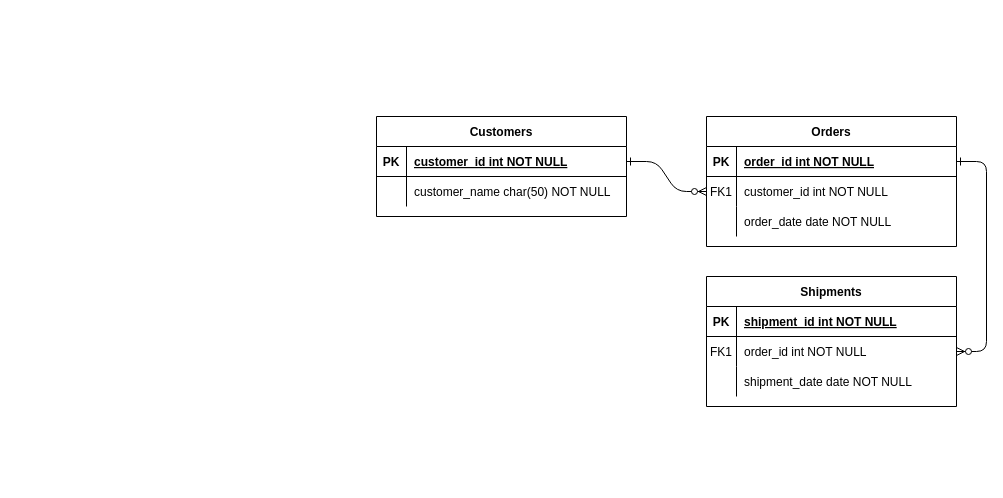
This is 제목 없는 다이어그램.drawio from defkimbyeongju/backups, a draw.io file, before an edit. Source tidied: cells renumbered, new cells numbered last; positions are measured from the earlier drawing's top-left corner, leaving out a move shared by most shapes. Both pictures are drawn from the tidied source at 100%, with x=0, y=0 at pixel (376, 116).
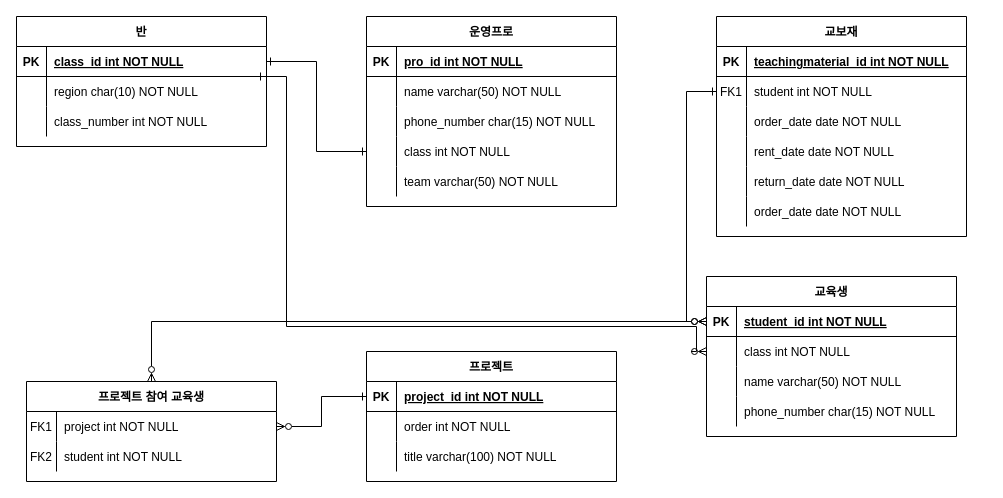
The same diagram, later.

Commit message:
제목 없는 다이어그램.drawio 업데이트

The change refers to these unchanged cells:
```xml
<mxCell id="5" style="shape=partialRectangle;fillColor=none;points=[[0,0.5],[1,0.5]];portConstraint=eastwest;top=0;left=0;right=0;bottom=1;" parent="4" vertex="1">
  <mxGeometry y="30" width="250" height="30" as="geometry" />
</mxCell>
<mxCell id="8" style="shape=partialRectangle;fillColor=none;points=[[0,0.5],[1,0.5]];portConstraint=eastwest;top=0;left=0;right=0;bottom=0;" parent="4" vertex="1">
  <mxGeometry y="60" width="250" height="30" as="geometry" />
</mxCell>
<mxCell id="15" style="shape=partialRectangle;fillColor=none;points=[[0,0.5],[1,0.5]];portConstraint=eastwest;top=0;left=0;right=0;bottom=1;" parent="14" vertex="1">
  <mxGeometry y="30" width="250" height="30" as="geometry" />
</mxCell>
<mxCell id="25" style="shape=partialRectangle;fillColor=none;points=[[0,0.5],[1,0.5]];portConstraint=eastwest;top=0;left=0;right=0;bottom=1;" parent="24" vertex="1">
  <mxGeometry y="30" width="250" height="30" as="geometry" />
</mxCell>
<mxCell id="28" style="shape=partialRectangle;fillColor=none;top=0;left=0;right=0;bottom=0;" parent="24" vertex="1">
  <mxGeometry y="60" width="250" height="30" as="geometry" />
</mxCell>
```

What changed in the source:
```diff
@@
-    <mxCell id="2" style="edgeStyle=entityRelationEdgeStyle;endArrow=ERzeroToMany;startArrow=ERone;endFill=1;startFill=0;" parent="1" edge="1" source="25" target="8">
-      <mxGeometry relative="1" as="geometry" />
-    </mxCell>
-    <mxCell id="3" style="edgeStyle=entityRelationEdgeStyle;endArrow=ERzeroToMany;startArrow=ERone;endFill=1;startFill=0;" parent="1" edge="1" source="5" target="18">
-      <mxGeometry relative="1" as="geometry" />
-    </mxCell>
-    <mxCell id="4" value="Orders" style="shape=table;startSize=30;childLayout=tableLayout;rowLines=0;fontStyle=1;align=center;" parent="1" vertex="1">
-      <mxGeometry x="330" width="250" height="130" as="geometry" />
+    <mxCell id="4" value="교보재" style="shape=table;startSize=30;childLayout=tableLayout;rowLines=0;fontStyle=1;align=center;" parent="1" vertex="1">
+      <mxGeometry x="340" y="-100" width="250" height="220" as="geometry" />
     </mxCell>
@@
-    <mxCell id="7" value="order_id int NOT NULL " style="shape=partialRectangle;overflow=hidden;fillColor=none;top=0;left=0;bottom=0;right=0;align=left;spacingLeft=6;fontStyle=5;" parent="5" vertex="1">
+    <mxCell id="7" value="teachingmaterial_id int NOT NULL " style="shape=partialRectangle;overflow=hidden;fillColor=none;top=0;left=0;bottom=0;right=0;align=left;spacingLeft=6;fontStyle=5;" parent="5" vertex="1">
       <mxGeometry x="30" width="220" height="30" as="geometry" />
     </mxCell>
@@
-    <mxCell id="10" value="customer_id int NOT NULL" style="shape=partialRectangle;overflow=hidden;fillColor=none;top=0;left=0;bottom=0;right=0;align=left;spacingLeft=6;" parent="8" vertex="1">
+    <mxCell id="10" value="student int NOT NULL" style="shape=partialRectangle;overflow=hidden;fillColor=none;top=0;left=0;bottom=0;right=0;align=left;spacingLeft=6;" parent="8" vertex="1">
       <mxGeometry x="30" width="220" height="30" as="geometry" />
     </mxCell>
@@
+    <mxCell id="31" style="shape=partialRectangle;fillColor=none;top=0;left=0;right=0;bottom=0;" parent="4" vertex="1">
+      <mxGeometry y="120" width="250" height="30" as="geometry" />
+    </mxCell>
+    <mxCell id="32" style="shape=partialRectangle;overflow=hidden;fillColor=none;top=0;left=0;bottom=0;right=0;" parent="31" vertex="1">
+      <mxGeometry width="30" height="30" as="geometry" />
+    </mxCell>
+    <mxCell id="33" value="rent_date date NOT NULL" style="shape=partialRectangle;overflow=hidden;fillColor=none;top=0;left=0;bottom=0;right=0;align=left;spacingLeft=6;" parent="31" vertex="1">
+      <mxGeometry x="30" width="220" height="30" as="geometry" />
+    </mxCell>
+    <mxCell id="34" style="shape=partialRectangle;fillColor=none;top=0;left=0;right=0;bottom=0;" parent="4" vertex="1">
+      <mxGeometry y="150" width="250" height="30" as="geometry" />
+    </mxCell>
+    <mxCell id="35" style="shape=partialRectangle;overflow=hidden;fillColor=none;top=0;left=0;bottom=0;right=0;" parent="34" vertex="1">
+      <mxGeometry width="30" height="30" as="geometry" />
+    </mxCell>
+    <mxCell id="36" value="return_date date NOT NULL" style="shape=partialRectangle;overflow=hidden;fillColor=none;top=0;left=0;bottom=0;right=0;align=left;spacingLeft=6;" parent="34" vertex="1">
+      <mxGeometry x="30" width="220" height="30" as="geometry" />
+    </mxCell>
+    <mxCell id="37" style="shape=partialRectangle;fillColor=none;top=0;left=0;right=0;bottom=0;" parent="4" vertex="1">
+      <mxGeometry y="180" width="250" height="30" as="geometry" />
+    </mxCell>
+    <mxCell id="38" style="shape=partialRectangle;overflow=hidden;fillColor=none;top=0;left=0;bottom=0;right=0;" parent="37" vertex="1">
+      <mxGeometry width="30" height="30" as="geometry" />
+    </mxCell>
+    <mxCell id="39" value="order_date date NOT NULL" style="shape=partialRectangle;overflow=hidden;fillColor=none;top=0;left=0;bottom=0;right=0;align=left;spacingLeft=6;" parent="37" vertex="1">
+      <mxGeometry x="30" width="220" height="30" as="geometry" />
+    </mxCell>
-    <mxCell id="14" value="Shipments" style="shape=table;startSize=30;childLayout=tableLayout;rowLines=0;fontStyle=1;align=center;" parent="1" vertex="1">
-      <mxGeometry x="330" y="160" width="250" height="130" as="geometry" />
+    <mxCell id="14" value="교육생" style="shape=table;startSize=30;childLayout=tableLayout;rowLines=0;fontStyle=1;align=center;" parent="1" vertex="1">
+      <mxGeometry x="330" y="160" width="250" height="160" as="geometry" />
     </mxCell>
@@
-    <mxCell id="17" value="shipment_id int NOT NULL " style="shape=partialRectangle;overflow=hidden;fillColor=none;top=0;left=0;bottom=0;right=0;align=left;spacingLeft=6;fontStyle=5;" parent="15" vertex="1">
+    <mxCell id="17" value="student_id int NOT NULL " style="shape=partialRectangle;overflow=hidden;fillColor=none;top=0;left=0;bottom=0;right=0;align=left;spacingLeft=6;fontStyle=5;" parent="15" vertex="1">
       <mxGeometry x="30" width="220" height="30" as="geometry" />
     </mxCell>
-    <mxCell id="18" style="shape=partialRectangle;fillColor=none;points=[[0,0.5],[1,0.5]];portConstraint=eastwest;top=0;left=0;right=0;bottom=0;" parent="14" vertex="1">
-      <mxGeometry y="60" width="250" height="30" as="geometry" />
-    </mxCell>
-    <mxCell id="19" value="FK1" style="shape=partialRectangle;overflow=hidden;fillColor=none;top=0;left=0;bottom=0;right=0;" parent="18" vertex="1">
-      <mxGeometry width="30" height="30" as="geometry" />
-    </mxCell>
-    <mxCell id="20" value="order_id int NOT NULL" style="shape=partialRectangle;overflow=hidden;fillColor=none;top=0;left=0;bottom=0;right=0;align=left;spacingLeft=6;" parent="18" vertex="1">
-      <mxGeometry x="30" width="220" height="30" as="geometry" />
-    </mxCell>
     <mxCell id="21" style="shape=partialRectangle;fillColor=none;points=[[0,0.5],[1,0.5]];portConstraint=eastwest;top=0;left=0;right=0;bottom=0;" parent="14" vertex="1">
-      <mxGeometry y="90" width="250" height="30" as="geometry" />
+      <mxGeometry y="60" width="250" height="30" as="geometry" />
     </mxCell>
@@
-    <mxCell id="23" value="shipment_date date NOT NULL" style="shape=partialRectangle;overflow=hidden;fillColor=none;top=0;left=0;bottom=0;right=0;align=left;spacingLeft=6;" parent="21" vertex="1">
+    <mxCell id="23" value="class int NOT NULL" style="shape=partialRectangle;overflow=hidden;fillColor=none;top=0;left=0;bottom=0;right=0;align=left;spacingLeft=6;" parent="21" vertex="1">
       <mxGeometry x="30" width="220" height="30" as="geometry" />
     </mxCell>
+    <mxCell id="40" style="shape=partialRectangle;fillColor=none;top=0;left=0;right=0;bottom=0;" parent="14" vertex="1">
+      <mxGeometry y="90" width="250" height="30" as="geometry" />
+    </mxCell>
+    <mxCell id="41" style="shape=partialRectangle;overflow=hidden;fillColor=none;top=0;left=0;bottom=0;right=0;" parent="40" vertex="1">
+      <mxGeometry width="30" height="30" as="geometry" />
+    </mxCell>
+    <mxCell id="42" value="name varchar(50) NOT NULL" style="shape=partialRectangle;overflow=hidden;fillColor=none;top=0;left=0;bottom=0;right=0;align=left;spacingLeft=6;" parent="40" vertex="1">
+      <mxGeometry x="30" width="220" height="30" as="geometry" />
+    </mxCell>
+    <mxCell id="43" style="shape=partialRectangle;fillColor=none;top=0;left=0;right=0;bottom=0;" parent="14" vertex="1">
+      <mxGeometry y="120" width="250" height="30" as="geometry" />
+    </mxCell>
+    <mxCell id="44" style="shape=partialRectangle;overflow=hidden;fillColor=none;top=0;left=0;bottom=0;right=0;" parent="43" vertex="1">
+      <mxGeometry width="30" height="30" as="geometry" />
+    </mxCell>
+    <mxCell id="45" value="phone_number char(15) NOT NULL" style="shape=partialRectangle;overflow=hidden;fillColor=none;top=0;left=0;bottom=0;right=0;align=left;spacingLeft=6;" parent="43" vertex="1">
+      <mxGeometry x="30" width="220" height="30" as="geometry" />
+    </mxCell>
-    <mxCell id="24" value="Customers" style="shape=table;startSize=30;childLayout=tableLayout;rowLines=0;fontStyle=1;align=center;" parent="1" vertex="1">
-      <mxGeometry width="250" height="100" as="geometry" />
+    <mxCell id="24" value="운영프로" style="shape=table;startSize=30;childLayout=tableLayout;rowLines=0;fontStyle=1;align=center;" parent="1" vertex="1">
+      <mxGeometry x="-10" y="-100" width="250" height="190" as="geometry" />
     </mxCell>
@@
-    <mxCell id="27" value="customer_id int NOT NULL " style="shape=partialRectangle;overflow=hidden;fillColor=none;top=0;left=0;bottom=0;right=0;align=left;spacingLeft=6;fontStyle=5;" parent="25" vertex="1">
+    <mxCell id="27" value="pro_id int NOT NULL " style="shape=partialRectangle;overflow=hidden;fillColor=none;top=0;left=0;bottom=0;right=0;align=left;spacingLeft=6;fontStyle=5;" parent="25" vertex="1">
       <mxGeometry x="30" width="220" height="30" as="geometry" />
     </mxCell>
@@
-    <mxCell id="30" value="customer_name char(50) NOT NULL" style="shape=partialRectangle;overflow=hidden;fillColor=none;top=0;left=0;bottom=0;right=0;align=left;spacingLeft=6;" parent="28" vertex="1">
+    <mxCell id="30" value="name varchar(50) NOT NULL" style="shape=partialRectangle;overflow=hidden;fillColor=none;top=0;left=0;bottom=0;right=0;align=left;spacingLeft=6;" parent="28" vertex="1">
       <mxGeometry x="30" width="220" height="30" as="geometry" />
     </mxCell>
+    <mxCell id="46" style="shape=partialRectangle;fillColor=none;top=0;left=0;right=0;bottom=0;" parent="24" vertex="1">
+      <mxGeometry y="90" width="250" height="30" as="geometry" />
+    </mxCell>
+    <mxCell id="47" style="shape=partialRectangle;overflow=hidden;fillColor=none;top=0;left=0;bottom=0;right=0;" parent="46" vertex="1">
+      <mxGeometry width="30" height="30" as="geometry" />
+    </mxCell>
+    <mxCell id="48" value="phone_number char(15) NOT NULL" style="shape=partialRectangle;overflow=hidden;fillColor=none;top=0;left=0;bottom=0;right=0;align=left;spacingLeft=6;" parent="46" vertex="1">
+      <mxGeometry x="30" width="220" height="30" as="geometry" />
+    </mxCell>
+    <mxCell id="49" style="shape=partialRectangle;fillColor=none;points=[[0,0.5],[1,0.5]];portConstraint=eastwest;top=0;left=0;right=0;bottom=0;" parent="24" vertex="1">
+      <mxGeometry y="120" width="250" height="30" as="geometry" />
+    </mxCell>
+    <mxCell id="50" style="shape=partialRectangle;overflow=hidden;fillColor=none;top=0;left=0;bottom=0;right=0;" parent="49" vertex="1">
+      <mxGeometry width="30" height="30" as="geometry" />
+    </mxCell>
+    <mxCell id="51" value="class int NOT NULL" style="shape=partialRectangle;overflow=hidden;fillColor=none;top=0;left=0;bottom=0;right=0;align=left;spacingLeft=6;" parent="49" vertex="1">
+      <mxGeometry x="30" width="220" height="30" as="geometry" />
+    </mxCell>
+    <mxCell id="52" style="shape=partialRectangle;fillColor=none;top=0;left=0;right=0;bottom=0;" parent="24" vertex="1">
+      <mxGeometry y="150" width="250" height="30" as="geometry" />
+    </mxCell>
+    <mxCell id="53" style="shape=partialRectangle;overflow=hidden;fillColor=none;top=0;left=0;bottom=0;right=0;" parent="52" vertex="1">
+      <mxGeometry width="30" height="30" as="geometry" />
+    </mxCell>
+    <mxCell id="54" value="team varchar(50) NOT NULL" style="shape=partialRectangle;overflow=hidden;fillColor=none;top=0;left=0;bottom=0;right=0;align=left;spacingLeft=6;" parent="52" vertex="1">
+      <mxGeometry x="30" width="220" height="30" as="geometry" />
+    </mxCell>
+    <mxCell id="55" value="프로젝트" style="shape=table;startSize=30;childLayout=tableLayout;rowLines=0;fontStyle=1;align=center;" parent="1" vertex="1">
+      <mxGeometry x="-10" y="235" width="250" height="130" as="geometry" />
+    </mxCell>
+    <mxCell id="56" style="shape=partialRectangle;fillColor=none;points=[[0,0.5],[1,0.5]];portConstraint=eastwest;top=0;left=0;right=0;bottom=1;" parent="55" vertex="1">
+      <mxGeometry y="30" width="250" height="30" as="geometry" />
+    </mxCell>
+    <mxCell id="57" value="PK" style="shape=partialRectangle;overflow=hidden;fillColor=none;top=0;left=0;bottom=0;right=0;fontStyle=1;" parent="56" vertex="1">
+      <mxGeometry width="30" height="30" as="geometry" />
+    </mxCell>
+    <mxCell id="58" value="project_id int NOT NULL " style="shape=partialRectangle;overflow=hidden;fillColor=none;top=0;left=0;bottom=0;right=0;align=left;spacingLeft=6;fontStyle=5;" parent="56" vertex="1">
+      <mxGeometry x="30" width="220" height="30" as="geometry" />
+    </mxCell>
+    <mxCell id="59" style="shape=partialRectangle;fillColor=none;top=0;left=0;right=0;bottom=0;" parent="55" vertex="1">
+      <mxGeometry y="60" width="250" height="30" as="geometry" />
+    </mxCell>
+    <mxCell id="60" style="shape=partialRectangle;overflow=hidden;fillColor=none;top=0;left=0;bottom=0;right=0;" parent="59" vertex="1">
+      <mxGeometry width="30" height="30" as="geometry" />
+    </mxCell>
+    <mxCell id="61" value="order int NOT NULL" style="shape=partialRectangle;overflow=hidden;fillColor=none;top=0;left=0;bottom=0;right=0;align=left;spacingLeft=6;" parent="59" vertex="1">
+      <mxGeometry x="30" width="220" height="30" as="geometry" />
+    </mxCell>
+    <mxCell id="62" style="shape=partialRectangle;fillColor=none;top=0;left=0;right=0;bottom=0;" parent="55" vertex="1">
+      <mxGeometry y="90" width="250" height="30" as="geometry" />
+    </mxCell>
+    <mxCell id="63" style="shape=partialRectangle;overflow=hidden;fillColor=none;top=0;left=0;bottom=0;right=0;" parent="62" vertex="1">
+      <mxGeometry width="30" height="30" as="geometry" />
+    </mxCell>
+    <mxCell id="64" value="title varchar(100) NOT NULL" style="shape=partialRectangle;overflow=hidden;fillColor=none;top=0;left=0;bottom=0;right=0;align=left;spacingLeft=6;" parent="62" vertex="1">
+      <mxGeometry x="30" width="220" height="30" as="geometry" />
+    </mxCell>
+    <mxCell id="65" style="edgeStyle=orthogonalEdgeStyle;rounded=0;jettySize=auto;html=1;entryX=0;entryY=0.5;entryDx=0;entryDy=0;startArrow=ERzeroToMany;startFill=0;endArrow=ERone;endFill=0;" parent="1" edge="1" source="15" target="8">
+      <mxGeometry relative="1" as="geometry">
+        <Array as="points">
+          <mxPoint x="310" y="205" />
+          <mxPoint x="310" y="-25" />
+        </Array>
+      </mxGeometry>
+    </mxCell>
+    <mxCell id="66" style="edgeStyle=orthogonalEdgeStyle;rounded=0;jettySize=auto;html=1;entryX=0;entryY=0.5;entryDx=0;entryDy=0;startArrow=ERzeroToMany;startFill=0;endArrow=ERone;endFill=0;" parent="1" edge="1" source="69" target="56">
+      <mxGeometry relative="1" as="geometry" />
+    </mxCell>
+    <mxCell id="67" style="edgeStyle=orthogonalEdgeStyle;rounded=0;jettySize=auto;html=1;startArrow=ERzeroToMany;startFill=0;endArrow=ERzeroToMany;endFill=0;" parent="1" edge="1" source="68" target="15">
+      <mxGeometry relative="1" as="geometry" />
+    </mxCell>
+    <mxCell id="68" value="프로젝트 참여 교육생" style="shape=table;startSize=30;childLayout=tableLayout;rowLines=0;fontStyle=1;align=center;" parent="1" vertex="1">
+      <mxGeometry x="-350" y="265" width="250" height="100" as="geometry" />
+    </mxCell>
+    <mxCell id="69" style="shape=partialRectangle;fillColor=none;points=[[0,0.5],[1,0.5]];portConstraint=eastwest;top=0;left=0;right=0;bottom=0;" parent="68" vertex="1">
+      <mxGeometry y="30" width="250" height="30" as="geometry" />
+    </mxCell>
+    <mxCell id="19" value="FK1" style="shape=partialRectangle;overflow=hidden;fillColor=none;top=0;left=0;bottom=0;right=0;" parent="69" vertex="1">
+      <mxGeometry width="30" height="30" as="geometry" />
+    </mxCell>
+    <mxCell id="70" value="project int NOT NULL" style="shape=partialRectangle;overflow=hidden;fillColor=none;top=0;left=0;bottom=0;right=0;align=left;spacingLeft=6;" parent="69" vertex="1">
+      <mxGeometry x="30" width="220" height="30" as="geometry" />
+    </mxCell>
+    <mxCell id="71" style="shape=partialRectangle;fillColor=none;top=0;left=0;right=0;bottom=0;" parent="68" vertex="1">
+      <mxGeometry y="60" width="250" height="30" as="geometry" />
+    </mxCell>
+    <mxCell id="72" value="FK2" style="shape=partialRectangle;overflow=hidden;fillColor=none;top=0;left=0;bottom=0;right=0;" parent="71" vertex="1">
+      <mxGeometry width="30" height="30" as="geometry" />
+    </mxCell>
+    <mxCell id="73" value="student int NOT NULL" style="shape=partialRectangle;overflow=hidden;fillColor=none;top=0;left=0;bottom=0;right=0;align=left;spacingLeft=6;" parent="71" vertex="1">
+      <mxGeometry x="30" width="220" height="30" as="geometry" />
+    </mxCell>
+    <mxCell id="74" style="edgeStyle=orthogonalEdgeStyle;rounded=0;jettySize=auto;html=1;entryX=0;entryY=0.5;entryDx=0;entryDy=0;startArrow=ERone;startFill=0;endArrow=ERzeroToMany;endFill=0;" parent="1" edge="1" target="21">
+      <mxGeometry relative="1" as="geometry">
+        <mxPoint x="-120" y="-40" as="sourcePoint" />
+        <Array as="points">
+          <mxPoint x="-90" y="-40" />
+          <mxPoint x="-90" y="210" />
+          <mxPoint x="320" y="210" />
+          <mxPoint x="320" y="235" />
+        </Array>
+      </mxGeometry>
+    </mxCell>
+    <mxCell id="75" value="반" style="shape=table;startSize=30;childLayout=tableLayout;rowLines=0;fontStyle=1;align=center;" parent="1" vertex="1">
+      <mxGeometry x="-360" y="-100" width="250" height="130" as="geometry" />
+    </mxCell>
+    <mxCell id="76" style="shape=partialRectangle;fillColor=none;points=[[0,0.5],[1,0.5]];portConstraint=eastwest;top=0;left=0;right=0;bottom=1;" parent="75" vertex="1">
+      <mxGeometry y="30" width="250" height="30" as="geometry" />
+    </mxCell>
+    <mxCell id="77" value="PK" style="shape=partialRectangle;overflow=hidden;fillColor=none;top=0;left=0;bottom=0;right=0;fontStyle=1;" parent="76" vertex="1">
+      <mxGeometry width="30" height="30" as="geometry" />
+    </mxCell>
+    <mxCell id="78" value="class_id int NOT NULL " style="shape=partialRectangle;overflow=hidden;fillColor=none;top=0;left=0;bottom=0;right=0;align=left;spacingLeft=6;fontStyle=5;" parent="76" vertex="1">
+      <mxGeometry x="30" width="220" height="30" as="geometry" />
+    </mxCell>
+    <mxCell id="79" style="shape=partialRectangle;fillColor=none;top=0;left=0;right=0;bottom=0;" parent="75" vertex="1">
+      <mxGeometry y="60" width="250" height="30" as="geometry" />
+    </mxCell>
+    <mxCell id="80" style="shape=partialRectangle;overflow=hidden;fillColor=none;top=0;left=0;bottom=0;right=0;" parent="79" vertex="1">
+      <mxGeometry width="30" height="30" as="geometry" />
+    </mxCell>
+    <mxCell id="81" value="region char(10) NOT NULL" style="shape=partialRectangle;overflow=hidden;fillColor=none;top=0;left=0;bottom=0;right=0;align=left;spacingLeft=6;" parent="79" vertex="1">
+      <mxGeometry x="30" width="220" height="30" as="geometry" />
+    </mxCell>
+    <mxCell id="82" style="shape=partialRectangle;fillColor=none;top=0;left=0;right=0;bottom=0;" parent="75" vertex="1">
+      <mxGeometry y="90" width="250" height="30" as="geometry" />
+    </mxCell>
+    <mxCell id="83" style="shape=partialRectangle;overflow=hidden;fillColor=none;top=0;left=0;bottom=0;right=0;" parent="82" vertex="1">
+      <mxGeometry width="30" height="30" as="geometry" />
+    </mxCell>
+    <mxCell id="84" value="class_number int NOT NULL" style="shape=partialRectangle;overflow=hidden;fillColor=none;top=0;left=0;bottom=0;right=0;align=left;spacingLeft=6;" parent="82" vertex="1">
+      <mxGeometry x="30" width="220" height="30" as="geometry" />
+    </mxCell>
+    <mxCell id="85" style="edgeStyle=orthogonalEdgeStyle;rounded=0;jettySize=auto;html=1;entryX=0;entryY=0.5;entryDx=0;entryDy=0;startArrow=ERone;startFill=0;endArrow=ERone;endFill=0;" parent="1" edge="1" source="76" target="49">
+      <mxGeometry relative="1" as="geometry" />
+    </mxCell>
```
